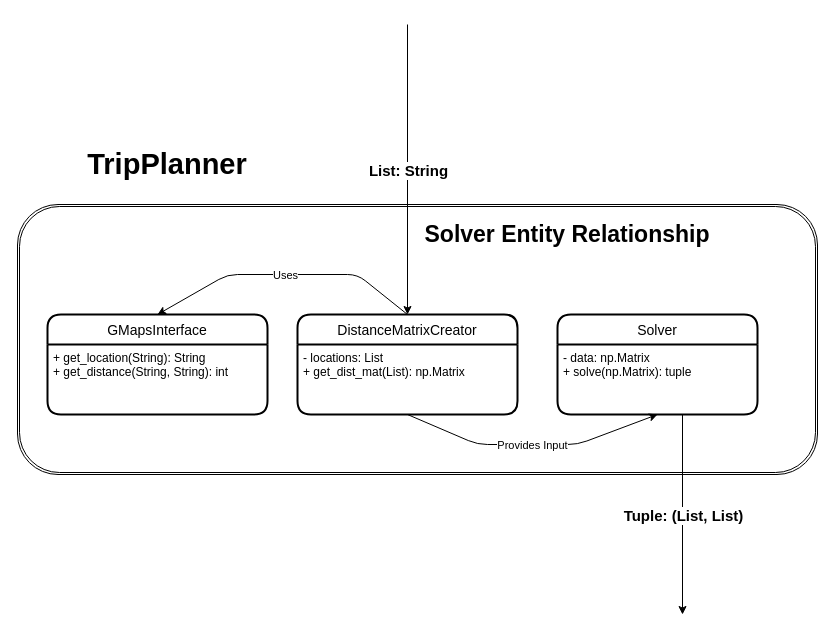
AyalR-git/FinalProject keeps this draw.io diagram as Solver_Entity_Relationship.drawio. Above is the earlier version. Source tidied: cells renumbered, new cells numbered last; positions are measured from the earlier drawing's top-left corner, leaving out a move shared by most shapes. Both pictures are drawn from the tidied source at 100%, with x=0, y=0 at pixel (17, 24).
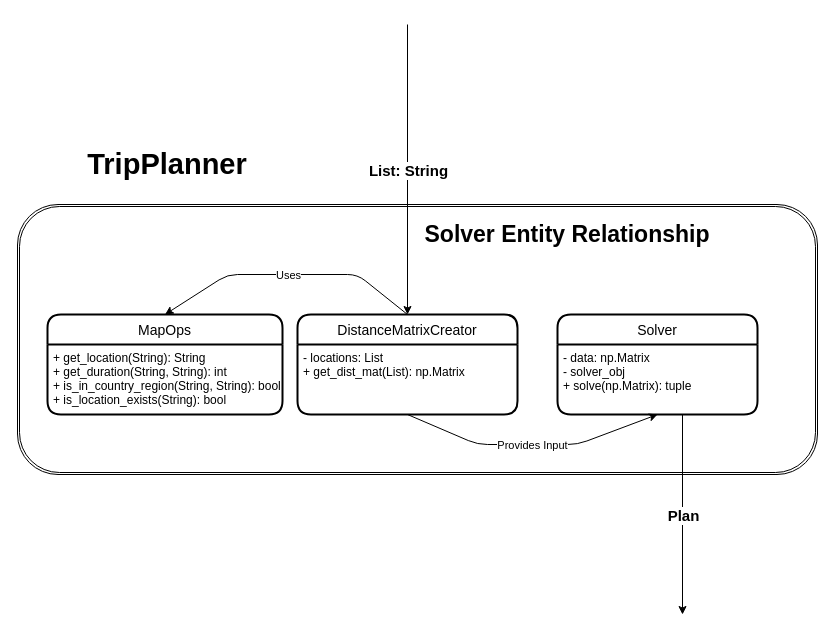
The same page after the edit.

Commit message (it also covers changes not shown here):
[Updates] app and diagrams update

The change refers to these unchanged cells:
```xml
<mxCell id="3" value="Solver" style="swimlane;horizontal=1;startSize=30;rounded=1;fontSize=14;fontStyle=0;strokeWidth=2;shadow=0;dashed=0;align=center;" parent="1" vertex="1">
  <mxGeometry x="540" y="290" width="200" height="100" as="geometry" />
</mxCell>
<mxCell id="16" style="endArrow=classic;html=1;" parent="1" edge="1">
  <mxGeometry relative="1" as="geometry">
    <mxPoint x="665" y="390" as="sourcePoint" />
    <mxPoint x="665" y="590" as="targetPoint" />
  </mxGeometry>
</mxCell>
```

Change to the diagram source:
```diff
@@
-    <mxCell id="4" value="- data: np.Matrix&#10;+ solve(np.Matrix): tuple&#10;" style="align=left;strokeColor=none;fillColor=none;spacingLeft=4;fontSize=12;verticalAlign=top;" parent="3" vertex="1">
+    <mxCell id="4" value="- data: np.Matrix&#10;- solver_obj&#10;+ solve(np.Matrix): tuple" style="align=left;strokeColor=none;fillColor=none;spacingLeft=4;fontSize=12;verticalAlign=top;" parent="3" vertex="1">
       <mxGeometry y="30" width="200" height="70" as="geometry" />
     </mxCell>
-    <mxCell id="5" value="GMapsInterface" style="swimlane;horizontal=1;startSize=30;rounded=1;fontSize=14;fontStyle=0;strokeWidth=2;shadow=0;dashed=0;align=center;" parent="1" vertex="1">
-      <mxGeometry x="30" y="290" width="220" height="100" as="geometry" />
+    <mxCell id="5" value="MapOps" style="swimlane;horizontal=1;startSize=30;rounded=1;fontSize=14;fontStyle=0;strokeWidth=2;shadow=0;dashed=0;align=center;" parent="1" vertex="1">
+      <mxGeometry x="30" y="290" width="235" height="100" as="geometry" />
     </mxCell>
-    <mxCell id="6" value="+ get_location(String): String&#10;+ get_distance(String, String): int" style="align=left;strokeColor=none;fillColor=none;spacingLeft=4;fontSize=12;verticalAlign=top;" parent="5" vertex="1">
-      <mxGeometry y="30" width="220" height="70" as="geometry" />
+    <mxCell id="6" value="+ get_location(String): String&#10;+ get_duration(String, String): int&#10;+ is_in_country_region(String, String): bool&#10;+ is_location_exists(String): bool" style="align=left;strokeColor=none;fillColor=none;spacingLeft=4;fontSize=12;verticalAlign=top;" parent="5" vertex="1">
+      <mxGeometry y="30" width="235" height="70" as="geometry" />
     </mxCell>
@@
-    <mxCell id="17" value="Tuple: (List, List)" style="edgeLabel;html=1;align=center;verticalAlign=middle;fontSize=15;fontStyle=1;" parent="16" vertex="1">
+    <mxCell id="17" value="Plan" style="edgeLabel;html=1;align=center;verticalAlign=middle;fontSize=15;fontStyle=1;" parent="16" vertex="1">
       <mxGeometry relative="1" as="geometry" />
     </mxCell>
```
